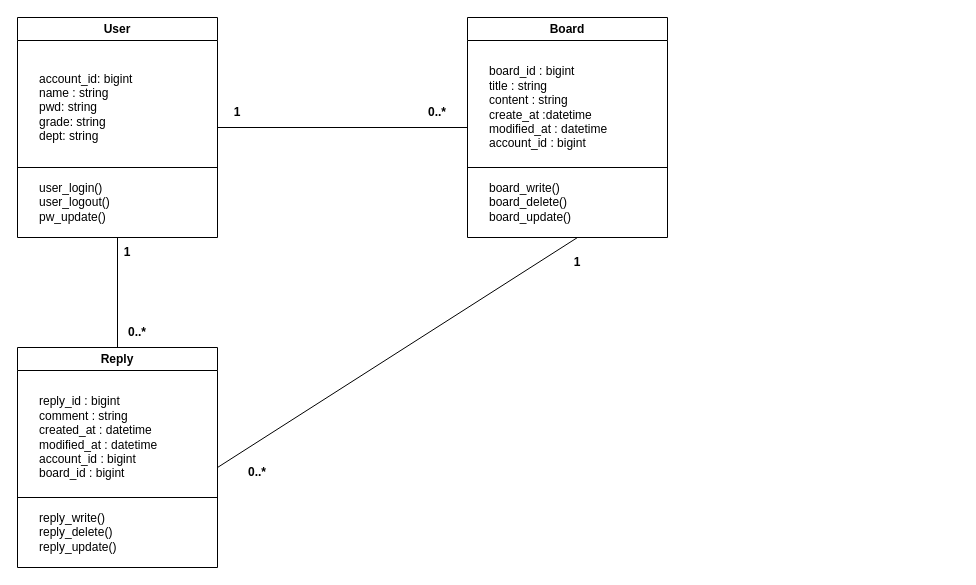
woorifisaAI/waterFlat keeps this draw.io diagram as outputs/package_diagram.drawio. Above is the earlier version. Source tidied: cells renumbered, new cells numbered last; positions are measured from the earlier drawing's top-left corner, leaving out a move shared by most shapes. Both pictures are drawn from the tidied source at 100%, with x=0, y=0 at pixel (17, 17).
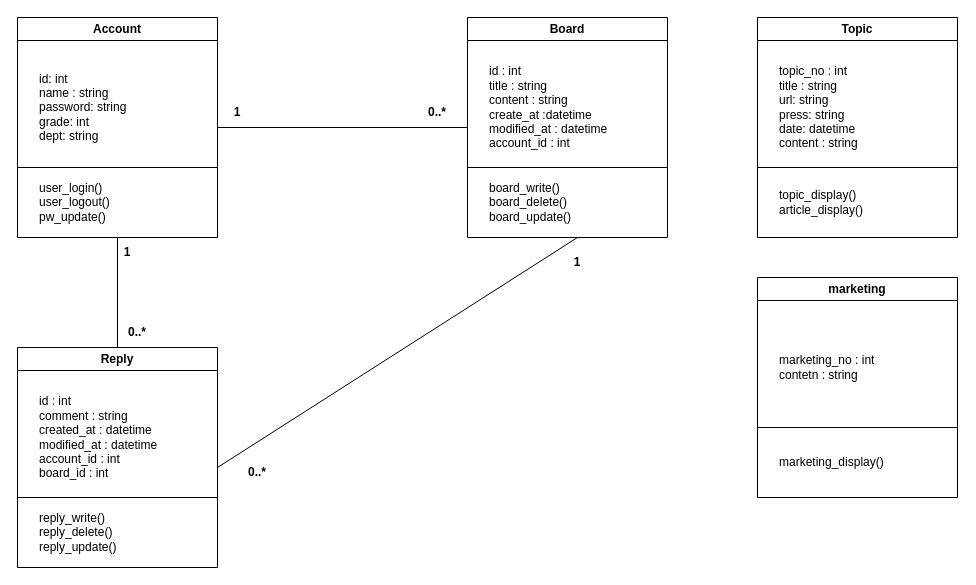
The same diagram, later.

The change refers to these unchanged cells:
```xml
<mxCell id="6" value="Reply" style="swimlane;whiteSpace=wrap;html=1;" parent="1" vertex="1">
  <mxGeometry y="330" width="200" height="220" as="geometry" />
</mxCell>
<mxCell id="10" value="Board" style="swimlane;whiteSpace=wrap;html=1;" parent="1" vertex="1">
  <mxGeometry x="450" width="200" height="220" as="geometry" />
</mxCell>
```

Change to the diagram source:
```diff
@@
-    <mxCell id="2" value="User" style="swimlane;whiteSpace=wrap;html=1;" parent="1" vertex="1">
+    <mxCell id="2" value="Account" style="swimlane;whiteSpace=wrap;html=1;" parent="1" vertex="1">
       <mxGeometry width="200" height="220" as="geometry" />
     </mxCell>
-    <mxCell id="3" value="&lt;div&gt;account_id: bigint&lt;/div&gt;&lt;div&gt;name : string&lt;/div&gt;&lt;div&gt;pwd: string&lt;/div&gt;&lt;div&gt;grade: string&lt;/div&gt;&lt;div&gt;dept: string&lt;/div&gt;" style="text;html=1;align=left;verticalAlign=middle;strokeColor=none;fillColor=none;" parent="2" vertex="1">
-      <mxGeometry x="20" y="45" width="120" height="90" as="geometry" />
+    <mxCell id="3" value="&lt;div&gt;id: int&lt;/div&gt;&lt;div&gt;name : string&lt;/div&gt;&lt;div&gt;password: string&lt;/div&gt;&lt;div&gt;grade: int&lt;/div&gt;&lt;div&gt;dept: string&lt;/div&gt;" style="text;html=1;align=left;verticalAlign=middle;strokeColor=none;fillColor=none;" parent="2" vertex="1">
+      <mxGeometry x="20" y="45" width="110" height="90" as="geometry" />
     </mxCell>
@@
-    <mxCell id="7" value="&lt;div&gt;reply_id : bigint&lt;/div&gt;&lt;div&gt;comment : string&lt;/div&gt;&lt;div&gt;created_at : datetime&lt;/div&gt;&lt;div&gt;modified_at : datetime&lt;/div&gt;&lt;div&gt;account_id : bigint&lt;/div&gt;&lt;div&gt;board_id : bigint&lt;/div&gt;" style="text;html=1;align=left;verticalAlign=middle;strokeColor=none;fillColor=none;" parent="6" vertex="1">
+    <mxCell id="7" value="&lt;div&gt;id : int&lt;/div&gt;&lt;div&gt;comment : string&lt;/div&gt;&lt;div&gt;created_at : datetime&lt;/div&gt;&lt;div&gt;modified_at : datetime&lt;/div&gt;&lt;div&gt;account_id : int&lt;/div&gt;&lt;div&gt;board_id : int&lt;/div&gt;" style="text;html=1;align=left;verticalAlign=middle;strokeColor=none;fillColor=none;" parent="6" vertex="1">
       <mxGeometry x="20" y="40" width="140" height="100" as="geometry" />
     </mxCell>
@@
-    <mxCell id="11" value="board_id : bigint&lt;br&gt;title : string&lt;br&gt;content : string&lt;br&gt;create_at :datetime&lt;br&gt;modified_at : datetime&amp;nbsp;&lt;br&gt;account_id : bigint" style="text;html=1;align=left;verticalAlign=middle;strokeColor=none;fillColor=none;" parent="10" vertex="1">
+    <mxCell id="11" value="id : int&lt;br&gt;title : string&lt;br&gt;content : string&lt;br&gt;create_at :datetime&lt;br&gt;modified_at : datetime&amp;nbsp;&lt;br&gt;account_id : int" style="text;html=1;align=left;verticalAlign=middle;strokeColor=none;fillColor=none;" parent="10" vertex="1">
       <mxGeometry x="20" y="40" width="140" height="100" as="geometry" />
     </mxCell>
@@
+    <mxCell id="23" value="Topic" style="swimlane;whiteSpace=wrap;html=1;" parent="1" vertex="1">
+      <mxGeometry x="740" width="200" height="220" as="geometry" />
+    </mxCell>
+    <mxCell id="24" value="topic_no : int&lt;br&gt;title : string&lt;br&gt;url: string&lt;br&gt;press: string&lt;br&gt;date: datetime&amp;nbsp;&lt;br&gt;content : string" style="text;html=1;align=left;verticalAlign=middle;strokeColor=none;fillColor=none;" parent="23" vertex="1">
+      <mxGeometry x="20" y="40" width="100" height="100" as="geometry" />
+    </mxCell>
+    <mxCell id="25" value="topic_display()&lt;br&gt;article_display()" style="text;html=1;strokeColor=none;fillColor=none;align=left;verticalAlign=middle;whiteSpace=wrap;rounded=0;" parent="23" vertex="1">
+      <mxGeometry x="20" y="170" width="60" height="30" as="geometry" />
+    </mxCell>
+    <mxCell id="26" style="endArrow=none;html=1;rounded=0;" parent="23" edge="1">
+      <mxGeometry relative="1" as="geometry">
+        <mxPoint x="200" y="150" as="sourcePoint" />
+        <mxPoint y="150" as="targetPoint" />
+      </mxGeometry>
+    </mxCell>
+    <mxCell id="27" value="marketing" style="swimlane;whiteSpace=wrap;html=1;" parent="1" vertex="1">
+      <mxGeometry x="740" y="260" width="200" height="220" as="geometry" />
+    </mxCell>
+    <mxCell id="28" value="marketing_no : int&lt;br&gt;contetn : string" style="text;html=1;align=left;verticalAlign=middle;strokeColor=none;fillColor=none;" parent="27" vertex="1">
+      <mxGeometry x="20" y="70" width="120" height="40" as="geometry" />
+    </mxCell>
+    <mxCell id="29" value="marketing_display()" style="text;html=1;strokeColor=none;fillColor=none;align=left;verticalAlign=middle;whiteSpace=wrap;rounded=0;" parent="27" vertex="1">
+      <mxGeometry x="20" y="170" width="60" height="30" as="geometry" />
+    </mxCell>
+    <mxCell id="30" style="endArrow=none;html=1;rounded=0;" parent="27" edge="1">
+      <mxGeometry relative="1" as="geometry">
+        <mxPoint x="200" y="150" as="sourcePoint" />
+        <mxPoint y="150" as="targetPoint" />
+      </mxGeometry>
+    </mxCell>
```
